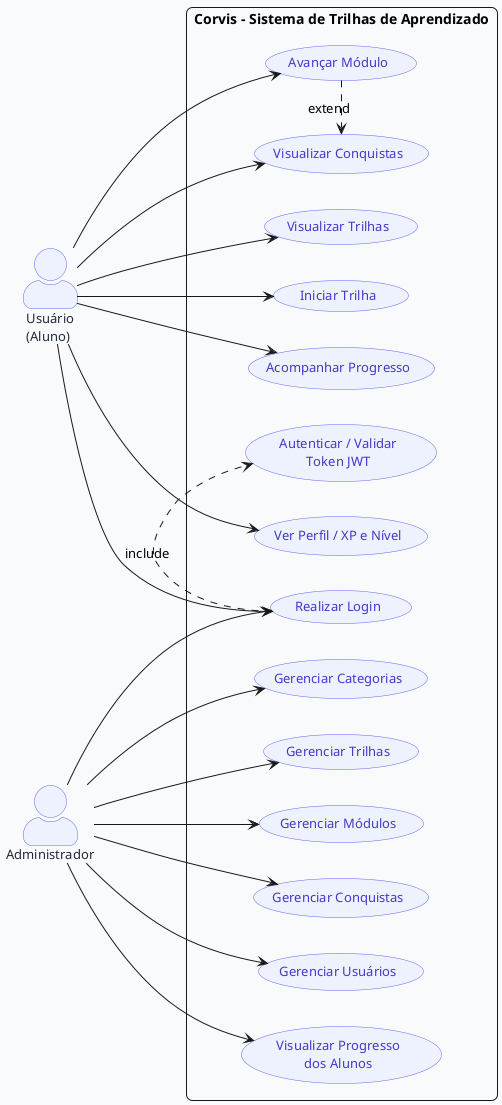
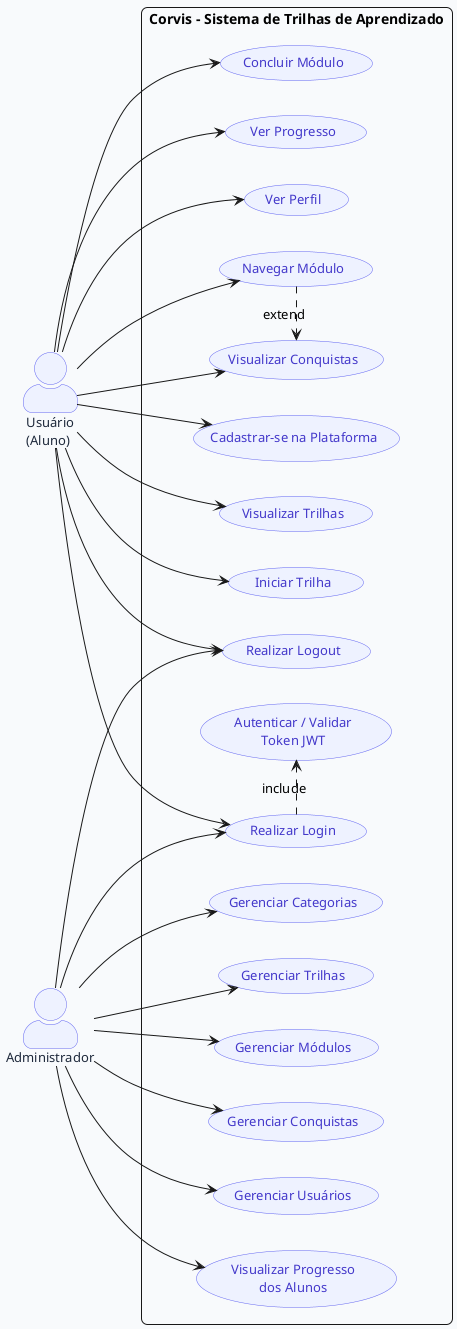
@startuml Caso de Uso — Sistema de Trilhas

skinparam actorStyle awesome
skinparam backgroundColor #F8FAFC
skinparam roundcorner 12

skinparam usecase {
  BackgroundColor #EEF2FF
  BorderColor     #6366F1
  FontColor       #4338CA
  FontSize        13
}

skinparam actor {
  BackgroundColor #EEF2FF
  BorderColor     #6366F1
  FontColor       #1E293B
  FontSize        13
}

left to right direction

' ─────────────────────────────────────────
'  ATORES
' ─────────────────────────────────────────
actor "Usuário\n(Aluno)"       as Aluno
actor "Administrador"          as Admin

' ─────────────────────────────────────────
'  SISTEMA
' ─────────────────────────────────────────
rectangle "Corvis - Sistema de Trilhas de Aprendizado" {

  ' ── Casos de uso compartilhados ────────
  usecase "Realizar Login"              as UC_Login
+   usecase "Realizar Logout"              as UC_Logout
  usecase "Autenticar / Validar\nToken JWT" as UC_Auth

  ' ── Casos de uso do Aluno ───────────────
+   usecase "Cadastrar-se na Plataforma"  as UC_Cadastro
  usecase "Visualizar Trilhas"          as UC_VerTrilhas
  usecase "Iniciar Trilha"              as UC_IniciarTrilha
-   usecase "Avançar Módulo"              as UC_AvancarModulo
-   usecase "Acompanhar Progresso"        as UC_Progresso
+   usecase "Navegar Módulo"              as UC_AvancarModulo
+   usecase "Concluir Módulo"             as UC_ConcluirModulo
+   usecase "Ver Progresso"               as UC_Progresso
  usecase "Visualizar Conquistas"       as UC_Conquistas
-   usecase "Ver Perfil / XP e Nível"     as UC_Perfil
+   usecase "Ver Perfil"                  as UC_Perfil

  ' ── Casos de uso do Administrador ───────
  usecase "Gerenciar Categorias"        as UC_Categorias
  usecase "Gerenciar Trilhas"           as UC_GerTrilhas
  usecase "Gerenciar Módulos"           as UC_Modulos
  usecase "Gerenciar Conquistas"        as UC_GerConquistas
  usecase "Gerenciar Usuários"          as UC_Usuarios
  usecase "Visualizar Progresso\ndos Alunos" as UC_VerProgresso
}

' ─────────────────────────────────────────
'  ASSOCIAÇÕES — ALUNO
' ─────────────────────────────────────────
Aluno --> UC_Login
+ Aluno --> UC_Logout
+ Aluno --> UC_Cadastro
Aluno --> UC_VerTrilhas
Aluno --> UC_IniciarTrilha
Aluno --> UC_AvancarModulo
+ Aluno --> UC_ConcluirModulo
Aluno --> UC_Progresso
Aluno --> UC_Conquistas
Aluno --> UC_Perfil

' ─────────────────────────────────────────
'  ASSOCIAÇÕES — ADMINISTRADOR
' ─────────────────────────────────────────
Admin --> UC_Login
+ Admin --> UC_Logout
Admin --> UC_Categorias
Admin --> UC_GerTrilhas
Admin --> UC_Modulos
Admin --> UC_GerConquistas
Admin --> UC_Usuarios
Admin --> UC_VerProgresso

' ─────────────────────────────────────────
'  RELACIONAMENTOS ENTRE CASOS DE USO
' ─────────────────────────────────────────
UC_Login       .> UC_Auth         : «include»
UC_AvancarModulo .> UC_Conquistas : «extend»

@enduml
